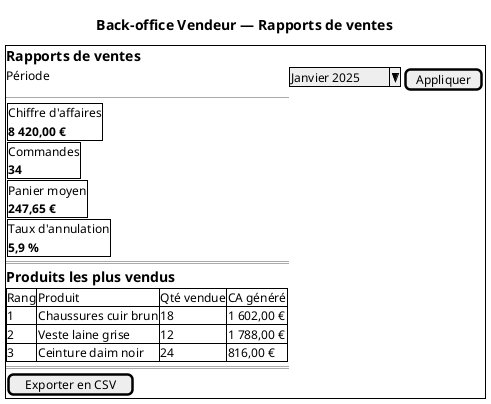
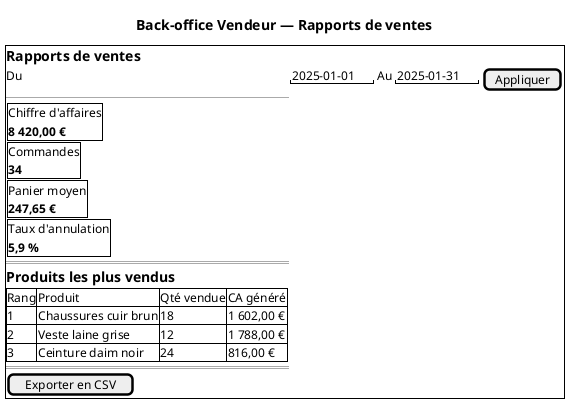
- @startsalt
+ @startuml ihm-bov-rapports
+ salt
' Composant PA : front-vendeur (Back-office Vendeur)
' Fonctions allouées : Service Rapport — FS-V07 (agrégats JPQL, statistiques de ventes)
title Back-office Vendeur — Rapports de ventes

{+
  == Rapports de ventes
-   Période | ^Janvier 2025^  | [Appliquer]
+   Du | "2025-01-01" | Au | "2025-01-31" | [Appliquer]
  --
  {
    {+
      Chiffre d'affaires
      **8 420,00 €**
    }
    |
    {+
      Commandes
      **34**
    }
    |
    {+
      Panier moyen
      **247,65 €**
    }
    |
    {+
      Taux d'annulation
      **5,9 %**
    }
  }
  ==
  == Produits les plus vendus
  {#
    Rang | Produit              | Qté vendue | CA généré
    1    | Chaussures cuir brun | 18         | 1 602,00 €
    2    | Veste laine grise    | 12         | 1 788,00 €
    3    | Ceinture daim noir   | 24         | 816,00 €
  }
  ==
  [Exporter en CSV]
}
- @endsalt
+ @enduml
